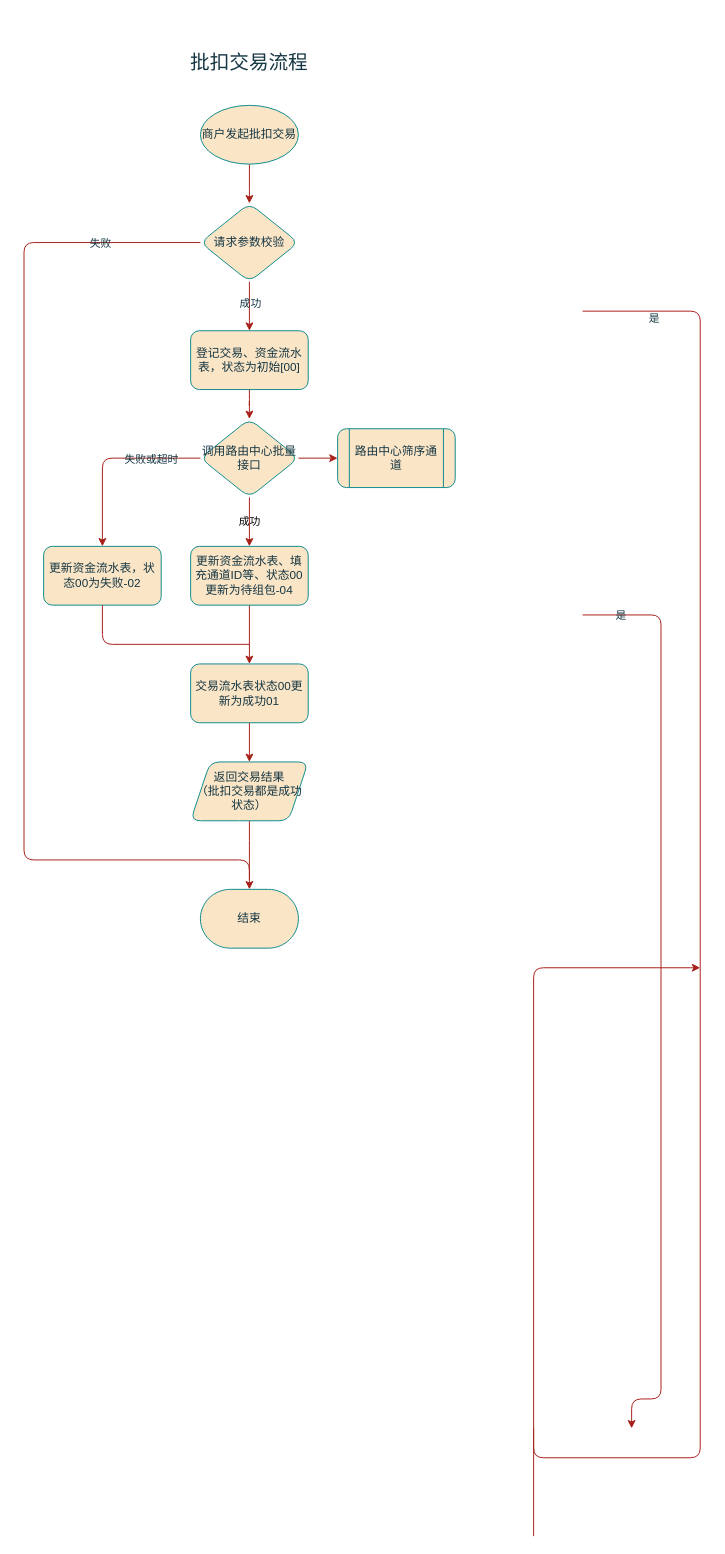
Before: page "批扣交易流程" (1 of 4) of 批扣流程.drawio in gaofv/draw, a draw.io diagram. Source tidied: cells renumbered, new cells numbered last; positions are measured from the earlier drawing's top-left corner, leaving out a move shared by most shapes. Both pictures are drawn from the tidied source at 98%, with x=0, y=0 at pixel (-648, 46).
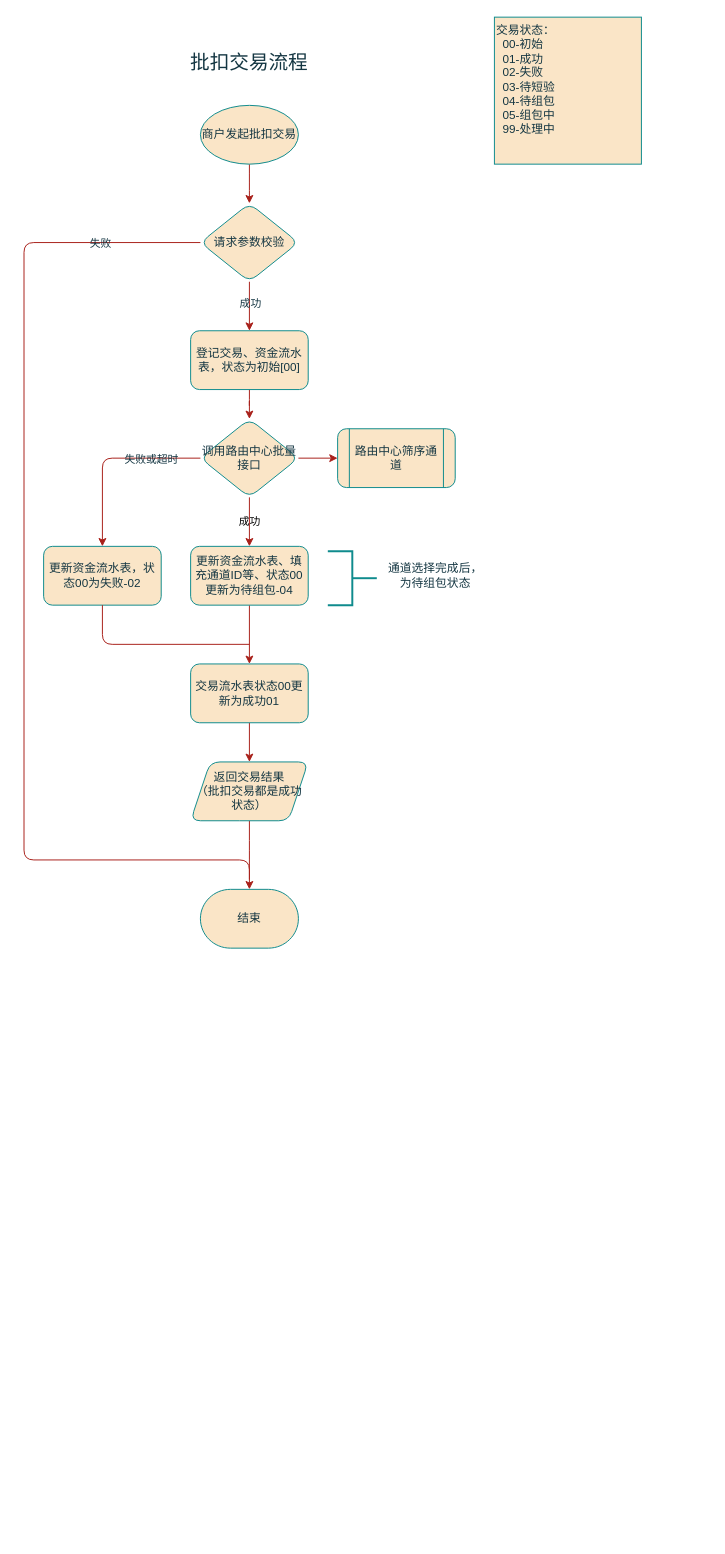
The same diagram, later.

Diff of the diagram source:
```diff
@@
     <mxCell id="2" value="Yes" style="rounded=1;html=1;jettySize=auto;orthogonalLoop=1;fontSize=11;endArrow=block;endFill=0;endSize=8;strokeWidth=1;shadow=0;labelBackgroundColor=none;edgeStyle=orthogonalEdgeStyle;fontColor=default;strokeColor=#A8201A;" parent="1" edge="1">
       <mxGeometry y="20" relative="1" as="geometry">
-        <mxPoint x="625" y="210" as="sourcePoint" />
+        <mxPoint x="805" y="200" as="sourcePoint" />
       </mxGeometry>
     </mxCell>
     <mxCell id="3" value="No" style="rounded=1;html=1;jettySize=auto;orthogonalLoop=1;fontSize=11;endArrow=block;endFill=0;endSize=8;strokeWidth=1;shadow=0;labelBackgroundColor=none;edgeStyle=orthogonalEdgeStyle;fontColor=default;strokeColor=#A8201A;" parent="1" edge="1">
       <mxGeometry x="0.33" y="20" relative="1" as="geometry">
-        <mxPoint x="625" y="330" as="sourcePoint" />
+        <mxPoint x="805" y="320" as="sourcePoint" />
       </mxGeometry>
     </mxCell>
     <mxCell id="4" value="Yes" style="edgeStyle=orthogonalEdgeStyle;rounded=1;html=1;jettySize=auto;orthogonalLoop=1;fontSize=11;endArrow=block;endFill=0;endSize=8;strokeWidth=1;shadow=0;labelBackgroundColor=none;fontColor=default;strokeColor=#A8201A;" parent="1" edge="1">
       <mxGeometry y="10" relative="1" as="geometry">
-        <mxPoint x="675" y="290" as="sourcePoint" />
+        <mxPoint x="855" y="280" as="sourcePoint" />
       </mxGeometry>
     </mxCell>
@@
     <mxCell id="28" style="edgeStyle=orthogonalEdgeStyle;rounded=1;orthogonalLoop=1;jettySize=auto;html=1;labelBackgroundColor=none;fontColor=default;labelBorderColor=none;strokeColor=#A8201A;" parent="1" edge="1">
       <mxGeometry relative="1" as="geometry">
-        <mxPoint x="1205" y="110" as="sourcePoint" />
+        <mxPoint x="1385" y="100" as="sourcePoint" />
       </mxGeometry>
     </mxCell>
     <mxCell id="29" style="edgeStyle=orthogonalEdgeStyle;rounded=1;orthogonalLoop=1;jettySize=auto;html=1;labelBackgroundColor=none;fontColor=default;labelBorderColor=none;strokeColor=#A8201A;" parent="1" edge="1">
       <mxGeometry relative="1" as="geometry">
-        <mxPoint x="1205" y="420" as="sourcePoint" />
+        <mxPoint x="1385" y="410" as="sourcePoint" />
       </mxGeometry>
     </mxCell>
@@
     <mxCell id="31" style="edgeStyle=orthogonalEdgeStyle;rounded=1;orthogonalLoop=1;jettySize=auto;html=1;labelBackgroundColor=none;fontColor=default;labelBorderColor=none;strokeColor=#A8201A;" parent="1" edge="1">
       <mxGeometry relative="1" as="geometry">
-        <mxPoint x="1205" y="200" as="sourcePoint" />
+        <mxPoint x="1385" y="190" as="sourcePoint" />
       </mxGeometry>
     </mxCell>
     <mxCell id="32" style="edgeStyle=orthogonalEdgeStyle;rounded=1;orthogonalLoop=1;jettySize=auto;html=1;labelBackgroundColor=none;fontColor=default;labelBorderColor=none;strokeColor=#A8201A;" parent="1" edge="1">
       <mxGeometry relative="1" as="geometry">
-        <mxPoint x="1205" y="310" as="sourcePoint" />
+        <mxPoint x="1385" y="300" as="sourcePoint" />
       </mxGeometry>
     </mxCell>
@@
-    <mxCell id="34" style="edgeStyle=orthogonalEdgeStyle;rounded=1;orthogonalLoop=1;jettySize=auto;html=1;entryX=0.5;entryY=0;entryDx=0;entryDy=0;entryPerimeter=0;labelBackgroundColor=none;fontColor=default;labelBorderColor=none;strokeColor=#A8201A;" parent="1" edge="1">
-      <mxGeometry relative="1" as="geometry">
-        <mxPoint x="1255" y="270" as="sourcePoint" />
-        <mxPoint x="1375" y="940" as="targetPoint" />
-        <Array as="points">
-          <mxPoint x="1375" y="270" />
-          <mxPoint x="1375" y="1440" />
-          <mxPoint x="1205" y="1440" />
-        </Array>
-      </mxGeometry>
-    </mxCell>
-    <mxCell id="35" value="是" style="edgeLabel;html=1;align=center;verticalAlign=middle;labelBackgroundColor=none;rounded=1;labelBorderColor=none;fontColor=#143642;" parent="34" vertex="1">
-      <mxGeometry x="-0.88" y="-1" relative="1" as="geometry">
-        <mxPoint x="-47" y="-1" as="offset" />
-      </mxGeometry>
-    </mxCell>
     <mxCell id="36" style="edgeStyle=orthogonalEdgeStyle;rounded=1;orthogonalLoop=1;jettySize=auto;html=1;labelBackgroundColor=none;fontColor=default;labelBorderColor=none;strokeColor=#A8201A;" parent="1" edge="1">
       <mxGeometry relative="1" as="geometry">
-        <mxPoint x="1205" y="710" as="sourcePoint" />
+        <mxPoint x="1385" y="700" as="sourcePoint" />
       </mxGeometry>
     </mxCell>
     <mxCell id="37" style="edgeStyle=orthogonalEdgeStyle;rounded=1;orthogonalLoop=1;jettySize=auto;html=1;labelBackgroundColor=none;fontColor=default;labelBorderColor=none;strokeColor=#A8201A;" parent="1" edge="1">
       <mxGeometry relative="1" as="geometry">
-        <mxPoint x="1205" y="510" as="sourcePoint" />
+        <mxPoint x="1385" y="500" as="sourcePoint" />
       </mxGeometry>
     </mxCell>
     <mxCell id="38" style="edgeStyle=orthogonalEdgeStyle;rounded=1;orthogonalLoop=1;jettySize=auto;html=1;labelBackgroundColor=none;fontColor=default;labelBorderColor=none;strokeColor=#A8201A;" parent="1" edge="1">
       <mxGeometry relative="1" as="geometry">
-        <mxPoint x="1205" y="620" as="sourcePoint" />
+        <mxPoint x="1385" y="610" as="sourcePoint" />
       </mxGeometry>
     </mxCell>
@@
-    <mxCell id="40" style="edgeStyle=orthogonalEdgeStyle;rounded=1;orthogonalLoop=1;jettySize=auto;html=1;endArrow=classic;endFill=1;entryX=1;entryY=0.5;entryDx=0;entryDy=0;labelBackgroundColor=none;fontColor=default;labelBorderColor=none;strokeColor=#A8201A;" parent="1" edge="1">
-      <mxGeometry relative="1" as="geometry">
-        <mxPoint x="1255" y="580" as="sourcePoint" />
-        <mxPoint x="1305" y="1410" as="targetPoint" />
-        <Array as="points">
-          <mxPoint x="1335" y="580" />
-          <mxPoint x="1335" y="1380" />
-        </Array>
-      </mxGeometry>
-    </mxCell>
-    <mxCell id="41" value="是" style="edgeLabel;html=1;align=center;verticalAlign=middle;labelBackgroundColor=none;rounded=1;labelBorderColor=none;fontColor=#143642;" parent="40" vertex="1">
-      <mxGeometry x="-0.92" relative="1" as="geometry" />
-    </mxCell>
     <mxCell id="42" style="edgeStyle=orthogonalEdgeStyle;rounded=1;orthogonalLoop=1;jettySize=auto;html=1;labelBackgroundColor=none;fontColor=default;labelBorderColor=none;strokeColor=#A8201A;" parent="1" edge="1">
       <mxGeometry relative="1" as="geometry">
-        <mxPoint x="1205" y="810" as="sourcePoint" />
+        <mxPoint x="1385" y="800" as="sourcePoint" />
       </mxGeometry>
     </mxCell>
     <mxCell id="43" style="edgeStyle=orthogonalEdgeStyle;rounded=1;orthogonalLoop=1;jettySize=auto;html=1;labelBackgroundColor=none;fontColor=default;labelBorderColor=none;strokeColor=#A8201A;" parent="1" edge="1">
       <mxGeometry relative="1" as="geometry">
-        <mxPoint x="1205" y="910" as="sourcePoint" />
+        <mxPoint x="1385" y="900" as="sourcePoint" />
       </mxGeometry>
     </mxCell>
     <mxCell id="44" style="edgeStyle=orthogonalEdgeStyle;rounded=1;orthogonalLoop=1;jettySize=auto;html=1;labelBackgroundColor=none;fontColor=default;labelBorderColor=none;strokeColor=#A8201A;" parent="1" edge="1">
       <mxGeometry relative="1" as="geometry">
-        <mxPoint x="1205" y="1010" as="sourcePoint" />
+        <mxPoint x="1385" y="1000" as="sourcePoint" />
       </mxGeometry>
     </mxCell>
     <mxCell id="45" style="edgeStyle=orthogonalEdgeStyle;rounded=1;orthogonalLoop=1;jettySize=auto;html=1;labelBackgroundColor=none;fontColor=default;labelBorderColor=none;strokeColor=#A8201A;" parent="1" edge="1">
       <mxGeometry relative="1" as="geometry">
-        <mxPoint x="1155" y="1080" as="sourcePoint" />
+        <mxPoint x="1335" y="1070" as="sourcePoint" />
         <Array as="points">
-          <mxPoint x="1045" y="1080" />
+          <mxPoint x="1225" y="1070" />
         </Array>
       </mxGeometry>
     </mxCell>
@@
     <mxCell id="47" style="edgeStyle=orthogonalEdgeStyle;rounded=1;orthogonalLoop=1;jettySize=auto;html=1;labelBackgroundColor=none;fontColor=default;labelBorderColor=none;strokeColor=#A8201A;" parent="1" edge="1">
       <mxGeometry relative="1" as="geometry">
-        <mxPoint x="1205" y="1220" as="sourcePoint" />
+        <mxPoint x="1385" y="1210" as="sourcePoint" />
       </mxGeometry>
     </mxCell>
     <mxCell id="48" style="edgeStyle=orthogonalEdgeStyle;rounded=1;orthogonalLoop=1;jettySize=auto;html=1;labelBackgroundColor=none;fontColor=default;labelBorderColor=none;strokeColor=#A8201A;" parent="1" edge="1">
       <mxGeometry relative="1" as="geometry">
-        <mxPoint x="1145" y="1280" as="sourcePoint" />
+        <mxPoint x="1325" y="1270" as="sourcePoint" />
       </mxGeometry>
     </mxCell>
     <mxCell id="49" style="edgeStyle=orthogonalEdgeStyle;rounded=1;orthogonalLoop=1;jettySize=auto;html=1;labelBackgroundColor=none;fontColor=default;labelBorderColor=none;strokeColor=#A8201A;" parent="1" edge="1">
       <mxGeometry relative="1" as="geometry">
-        <mxPoint x="1205" y="1310" as="sourcePoint" />
+        <mxPoint x="1385" y="1300" as="sourcePoint" />
       </mxGeometry>
     </mxCell>
-    <mxCell id="50" style="edgeStyle=orthogonalEdgeStyle;rounded=1;orthogonalLoop=1;jettySize=auto;html=1;endArrow=none;endFill=0;labelBackgroundColor=none;fontColor=default;labelBorderColor=none;strokeColor=#A8201A;" parent="1" edge="1">
-      <mxGeometry relative="1" as="geometry">
-        <mxPoint x="1205" y="1410" as="sourcePoint" />
-        <mxPoint x="1205" y="1520" as="targetPoint" />
-      </mxGeometry>
-    </mxCell>
@@
     <mxCell id="53" style="edgeStyle=orthogonalEdgeStyle;orthogonalLoop=1;jettySize=auto;html=1;labelBackgroundColor=none;fontColor=default;strokeColor=#A8201A;" parent="1" edge="1">
       <mxGeometry relative="1" as="geometry">
-        <mxPoint y="235" as="sourcePoint" />
+        <mxPoint x="180" y="225" as="sourcePoint" />
       </mxGeometry>
     </mxCell>
+    <mxCell id="54" value="交易状态：&lt;br&gt;&amp;nbsp; 00-初始&lt;br&gt;&amp;nbsp; 01-成功&lt;br&gt;&amp;nbsp; 02-失败&lt;br&gt;&amp;nbsp; 03-待短验&lt;br&gt;&amp;nbsp; 04-待组包&lt;br&gt;&amp;nbsp; 05-组包中&lt;br&gt;&amp;nbsp; 99-处理中" style="whiteSpace=wrap;html=1;strokeColor=#0F8B8D;fontColor=#143642;fillColor=#FAE5C7;align=left;verticalAlign=top;" parent="1" vertex="1">
+      <mxGeometry x="1165" y="-30" width="150" height="150" as="geometry" />
+    </mxCell>
+    <mxCell id="55" style="strokeWidth=2;html=1;shape=mxgraph.flowchart.annotation_2;align=left;labelPosition=right;strokeColor=#0F8B8D;fontColor=#143642;fillColor=#FAE5C7;direction=west;" parent="1" vertex="1">
+      <mxGeometry x="995" y="515" width="50" height="55" as="geometry" />
+    </mxCell>
+    <mxCell id="56" value="通道选择完成后，&lt;br&gt;为待组包状态" style="text;html=1;strokeColor=none;fillColor=none;align=center;verticalAlign=middle;whiteSpace=wrap;rounded=0;fontColor=#143642;" parent="1" vertex="1">
+      <mxGeometry x="1015" y="529" width="180" height="22" as="geometry" />
+    </mxCell>
```
